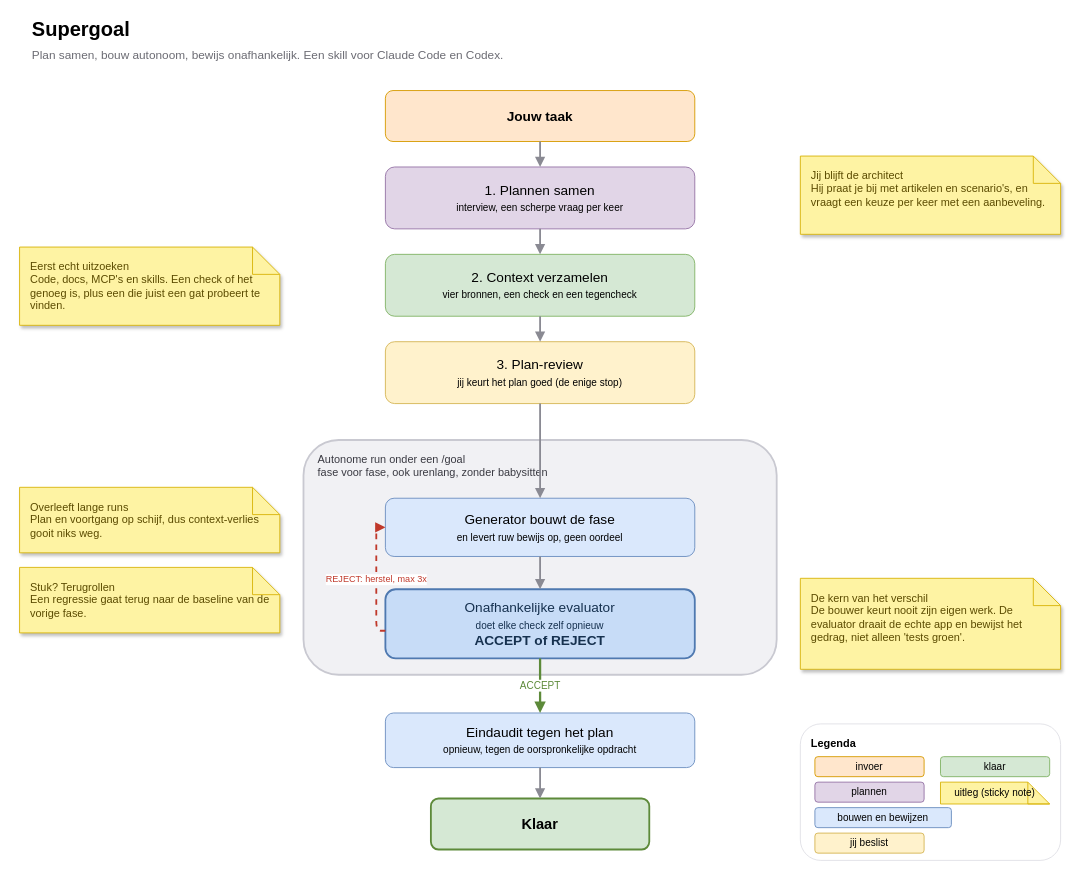
Above: docs/architecture.drawio in robinbril/claude-supergoal (draw.io), before the change. Source tidied: cells renumbered, new cells numbered last; positions are measured from the earlier drawing's top-left corner, leaving out a move shared by most shapes. Both pictures are drawn from the tidied source at 91%, with x=0, y=0 at pixel (19, 15).
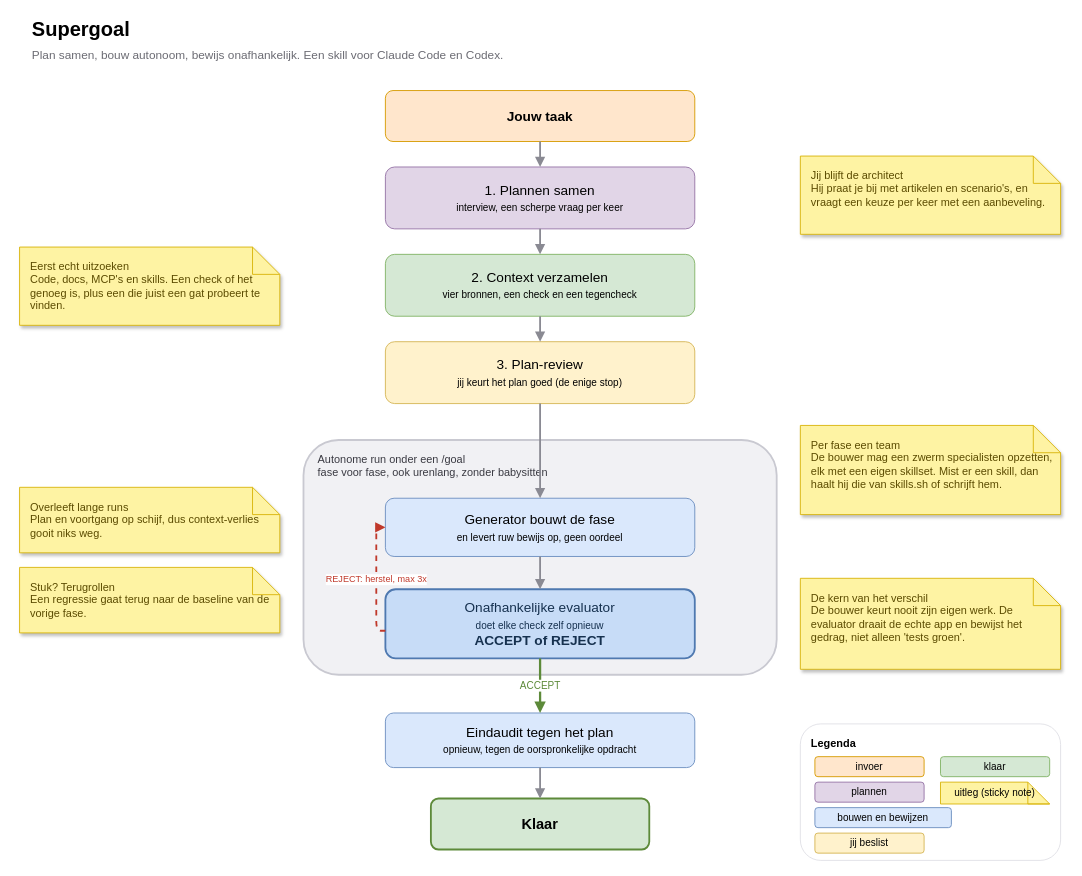
The same diagram, later.

Commit message (it also covers changes not shown here):
feat: per-phase specialist teams (swarms) with dynamic skill loading via skill-finder + skills.sh

The edit, as a diff of the source:
```diff
@@
+    <mxCell id="33" value="Per fase een team&#10;De bouwer mag een zwerm specialisten opzetten, elk met een eigen skillset. Mist er een skill, dan haalt hij die van skills.sh of schrijft hem." style="shape=note;whiteSpace=wrap;html=1;fillColor=#FEF3A3;strokeColor=#D9B40A;fontSize=12;align=left;verticalAlign=top;spacingLeft=10;spacingTop=8;shadow=1;fontColor=#5b4b00;" parent="1" vertex="1">
+      <mxGeometry x="858" y="450" width="286" height="98" as="geometry" />
+    </mxCell>
```
